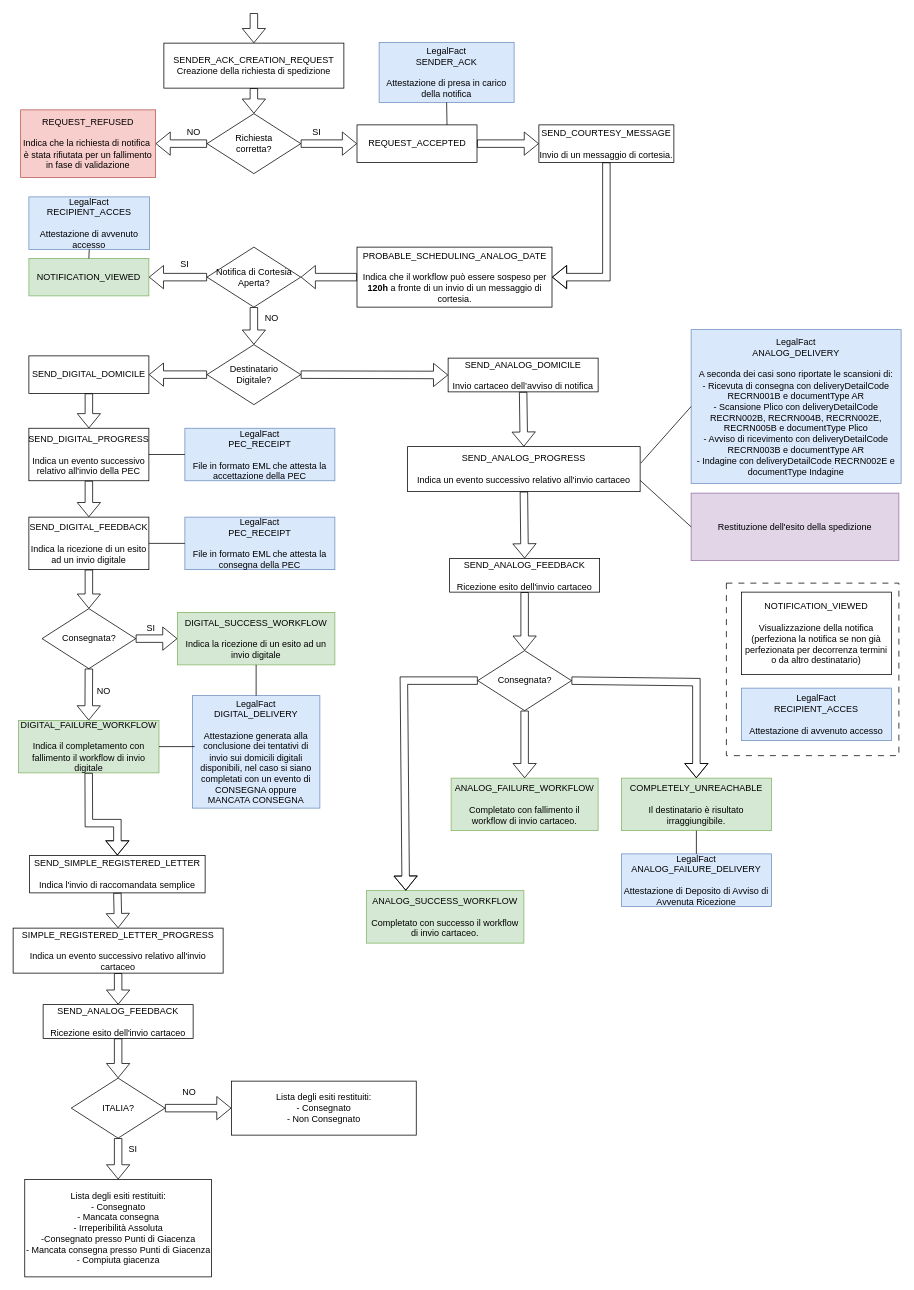
The draw.io diagram page "Spedizione" (5 of 5) of Easy Notification.drawio in marcogarbujoabaco/drawio, before the edit. Source tidied: cells renumbered, new cells numbered last; positions are measured from the earlier drawing's top-left corner, leaving out a move shared by most shapes. Both pictures are drawn from the tidied source at 75%, with x=0, y=0 at pixel (13, 13).
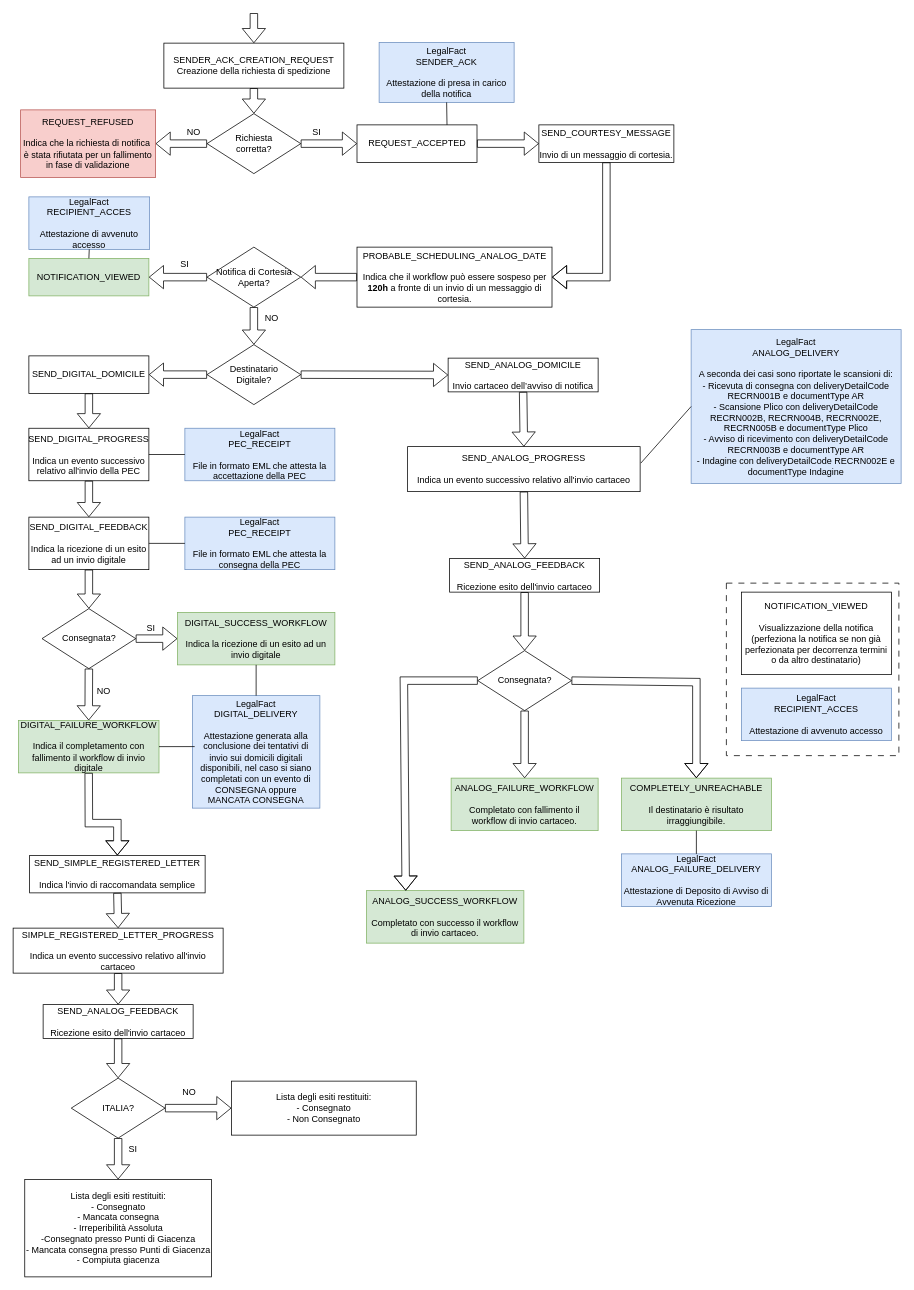
The same page after the edit.

The change refers to these unchanged cells:
```xml
<mxCell id="25" value="SEND_ANALOG_PROGRESS&lt;div&gt;&lt;div&gt;&lt;br&gt;&lt;/div&gt;&lt;div&gt;Indica un evento successivo relativo all'invio cartaceo&lt;/div&gt;&lt;/div&gt;" style="rounded=0;whiteSpace=wrap;html=1;" parent="1" vertex="1">
  <mxGeometry x="526" y="578" width="310" height="60" as="geometry" />
</mxCell>
```

What changed in the source:
```diff
@@
-    <mxCell id="71" value="Restituzione dell'esito della spedizione" style="rounded=0;whiteSpace=wrap;html=1;fillColor=#e1d5e7;strokeColor=#9673a6;" parent="1" vertex="1">
-      <mxGeometry x="904" y="640" width="277" height="90" as="geometry" />
-    </mxCell>
-    <mxCell id="72" style="endArrow=none;html=1;rounded=0;entryX=0;entryY=0.5;entryDx=0;entryDy=0;exitX=1;exitY=0.75;exitDx=0;exitDy=0;" parent="1" edge="1" source="25" target="71">
-      <mxGeometry relative="1" as="geometry" />
-    </mxCell>
```
